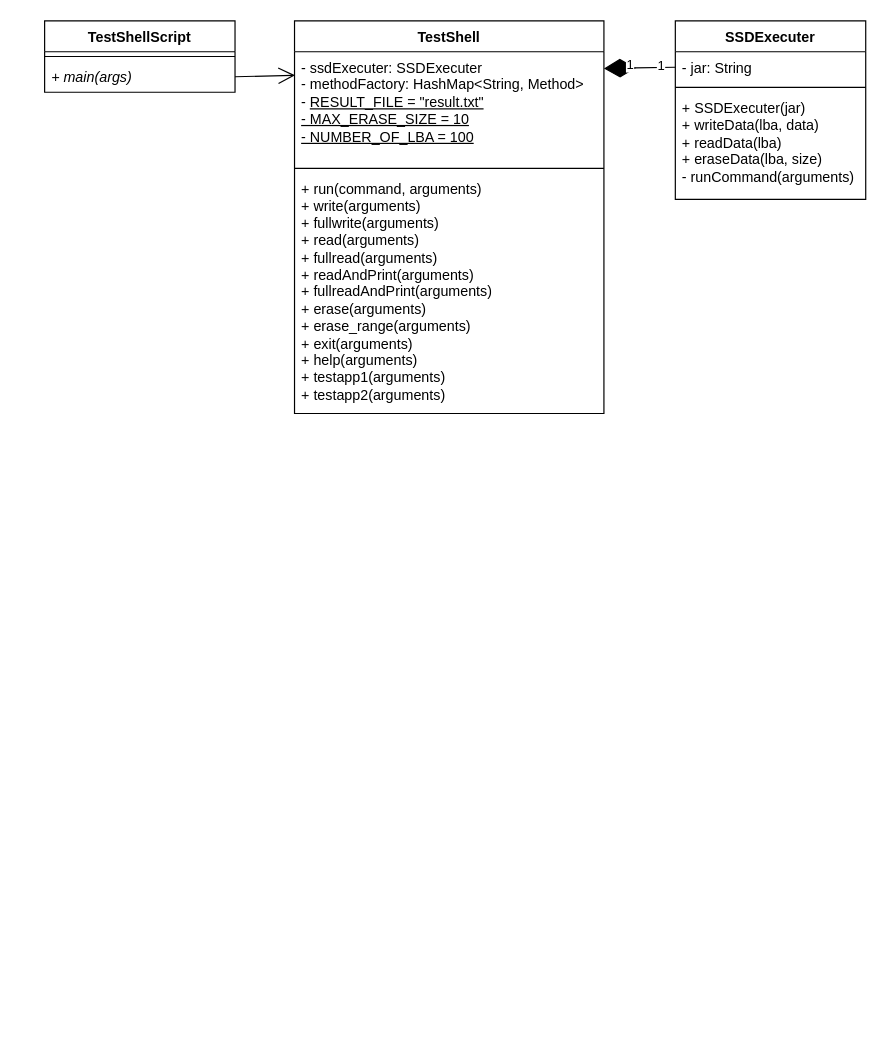
24CRA-TeamB/SolidStateDrive keeps this draw.io diagram as page "ClassDiagram" (2 of 2) of src/main/resources/ClassDiagram.drawio. Above is the earlier version. Source tidied: cells renumbered, new cells numbered last; positions are measured from the earlier drawing's top-left corner, leaving out a move shared by most shapes. Both pictures are drawn from the tidied source at 119%, with x=0, y=0 at pixel (44, 20).
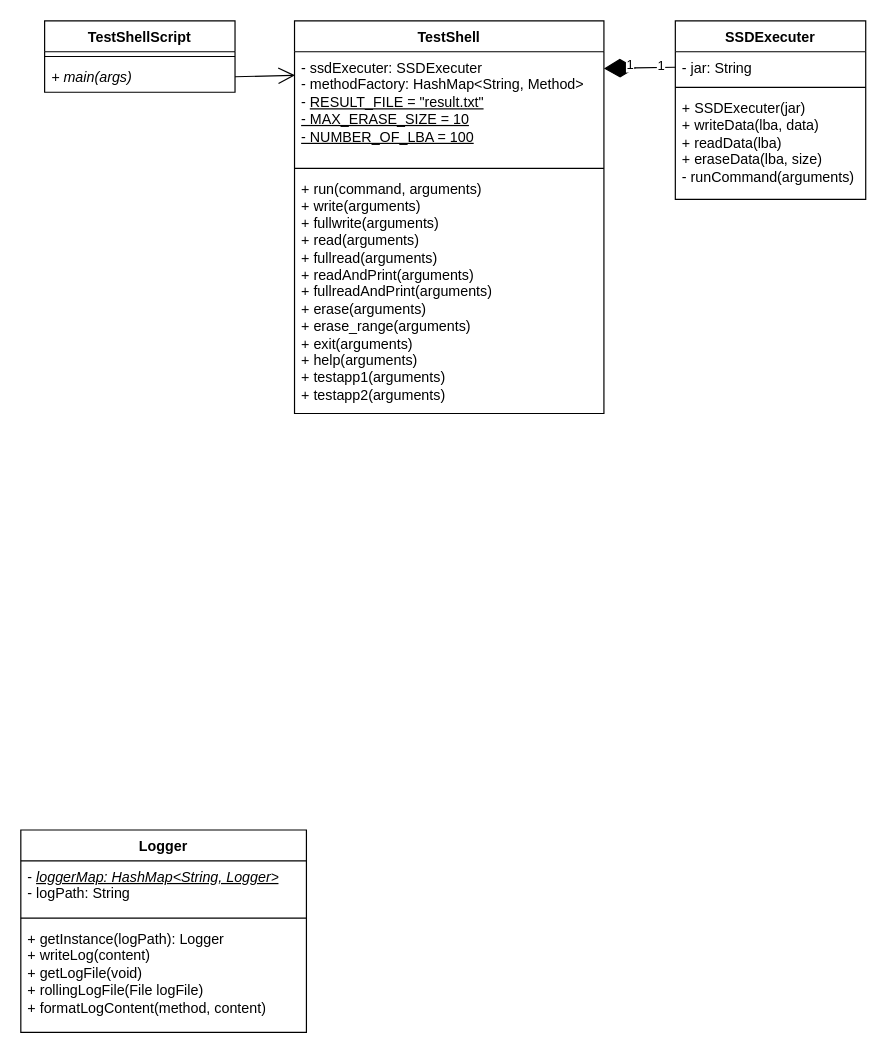
Above is the later version.

Commit message:
Logger 클래스 다이어그램 추가

The edit, as a diff of the source:
```diff
@@
+    <mxCell id="17" value="Logger" style="swimlane;fontStyle=1;align=center;verticalAlign=top;horizontal=1;startSize=26;whiteSpace=wrap;html=1;" parent="1" vertex="1">
+      <mxGeometry x="-20" y="680" width="240" height="170" as="geometry" />
+    </mxCell>
+    <mxCell id="18" value="- &lt;i&gt;&lt;u&gt;loggerMap: HashMap&amp;lt;String, Logger&amp;gt;&lt;/u&gt;&lt;/i&gt;&lt;div&gt;- logPath: String&lt;/div&gt;" style="text;strokeColor=none;fillColor=none;align=left;verticalAlign=top;spacingLeft=4;spacingRight=4;overflow=hidden;whiteSpace=wrap;html=1;" parent="17" vertex="1">
+      <mxGeometry y="26" width="240" height="44" as="geometry" />
+    </mxCell>
+    <mxCell id="19" style="line;strokeWidth=1;fillColor=none;align=left;verticalAlign=middle;spacingTop=-1;spacingLeft=3;spacingRight=3;labelPosition=right;strokeColor=inherit;" parent="17" vertex="1">
+      <mxGeometry y="70" width="240" height="8" as="geometry" />
+    </mxCell>
+    <mxCell id="20" value="+ getInstance(logPath): Logger&lt;div&gt;+ writeLog(content)&lt;/div&gt;&lt;div&gt;+ getLogFile(void)&lt;/div&gt;&lt;div&gt;+ rollingLogFile(File logFile)&lt;/div&gt;&lt;div&gt;+ formatLogContent(method, content)&lt;/div&gt;" style="text;strokeColor=none;fillColor=none;align=left;verticalAlign=top;spacingLeft=4;spacingRight=4;overflow=hidden;whiteSpace=wrap;html=1;" parent="17" vertex="1">
+      <mxGeometry y="78" width="240" height="92" as="geometry" />
+    </mxCell>
```
